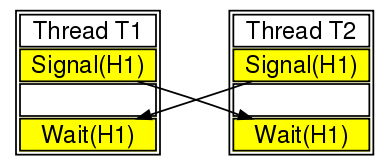
spurious/ThreadSanitizer-mirror keeps this Graphviz diagram as msm/exa5.png. Above is the earlier version. Its source is kept beside it as msm/exa5.dot. Source of this version:
```dot
digraph exa1 {
  rankdir="LR"
  node [shape=plaintext fontname="Helvetica" rankdir="LR" labeljust="r" fontsize=18 ];
   T1  [label=<<TABLE BGCOLOR="white">
      <tr>  <td port="0"> Thread T1 </td> </tr>
      <tr>  <td bgcolor="yellow" port="signal"> Signal(H1) </td> </tr>
      <tr>  <td>   </td> </tr>
      <tr>  <td bgcolor="yellow" port="wait"> Wait(H1) </td> </tr>
      </TABLE>>
    ]

   T2  [label=<<TABLE BGCOLOR="white">
      <tr>  <td port="0"> Thread T2 </td> </tr>
      <tr>  <td bgcolor="yellow" port="signal"> Signal(H1) </td> </tr>
      <tr>  <td>   </td> </tr>
      <tr>  <td bgcolor="yellow" port="wait"> Wait(H1) </td> </tr>
      </TABLE>>
    ]



    T1:0 -> T2:0 [color="white" style="invis"];
    T1:signal -> T2:wait;
    T2:signal -> T1:wait;
}
```
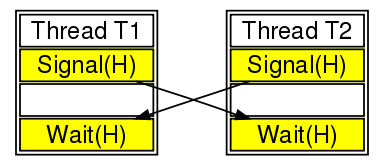
After the commit.

What changed in the source:
```diff
@@ -3,17 +3,17 @@
   node [shape=plaintext fontname="Helvetica" rankdir="LR" labeljust="r" fontsize=18 ];
    T1  [label=<<TABLE BGCOLOR="white">
       <tr>  <td port="0"> Thread T1 </td> </tr>
-      <tr>  <td bgcolor="yellow" port="signal"> Signal(H1) </td> </tr>
+      <tr>  <td bgcolor="yellow" port="signal"> Signal(H) </td> </tr>
       <tr>  <td>   </td> </tr>
-      <tr>  <td bgcolor="yellow" port="wait"> Wait(H1) </td> </tr>
+      <tr>  <td bgcolor="yellow" port="wait"> Wait(H) </td> </tr>
       </TABLE>>
     ]
 
    T2  [label=<<TABLE BGCOLOR="white">
       <tr>  <td port="0"> Thread T2 </td> </tr>
-      <tr>  <td bgcolor="yellow" port="signal"> Signal(H1) </td> </tr>
+      <tr>  <td bgcolor="yellow" port="signal"> Signal(H) </td> </tr>
       <tr>  <td>   </td> </tr>
-      <tr>  <td bgcolor="yellow" port="wait"> Wait(H1) </td> </tr>
+      <tr>  <td bgcolor="yellow" port="wait"> Wait(H) </td> </tr>
       </TABLE>>
     ]
 
```
